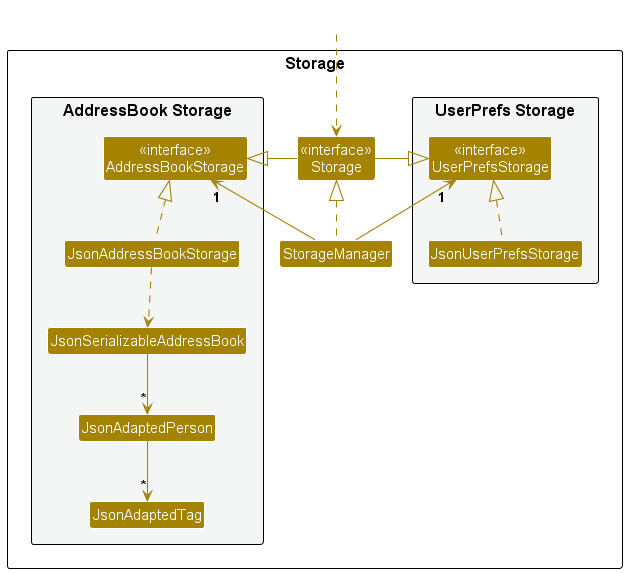
Earlier version of the PlantUML export docs/images/StorageClassDiagram.png (nus-cs2103-AY2425S1/tp).
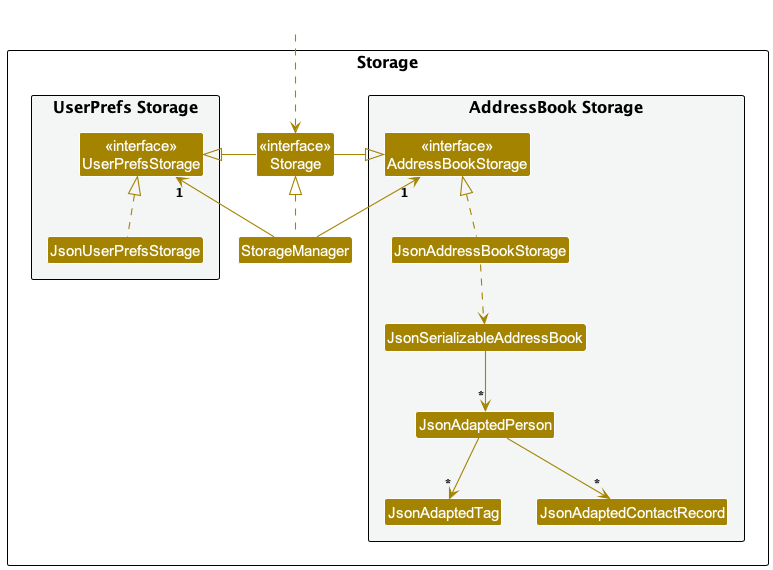
Later version of the same file.

What changed in the source:
```diff
@@ -20,6 +20,7 @@
 Class JsonSerializableAddressBook
 Class JsonAdaptedPerson
 Class JsonAdaptedTag
+Class JsonAdaptedContactRecord
 }
 
 }
@@ -39,5 +40,6 @@
 JsonAddressBookStorage ..> JsonSerializableAddressBook
 JsonSerializableAddressBook --> "*" JsonAdaptedPerson
 JsonAdaptedPerson --> "*" JsonAdaptedTag
+JsonAdaptedPerson --> "*" JsonAdaptedContactRecord
 
 @enduml
```
